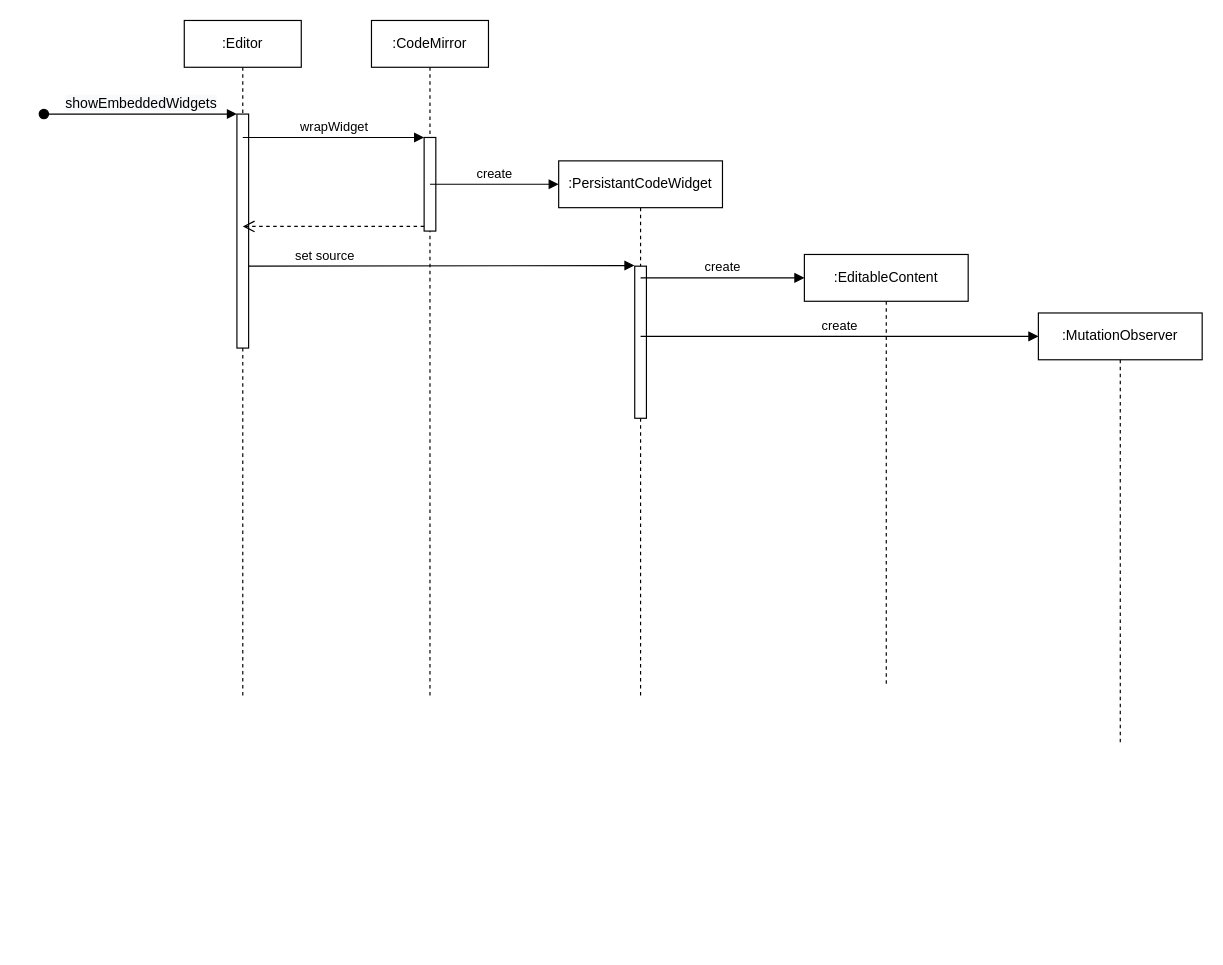
Above: doc/figures/persistent-code-widget.drawio in LivelyKernel/lively4-core (draw.io), before the change. Source tidied: cells renumbered, new cells numbered last; positions are measured from the earlier drawing's top-left corner, leaving out a move shared by most shapes. Both pictures are drawn from the tidied source at 117%, with x=0, y=0 at pixel (43, 20).
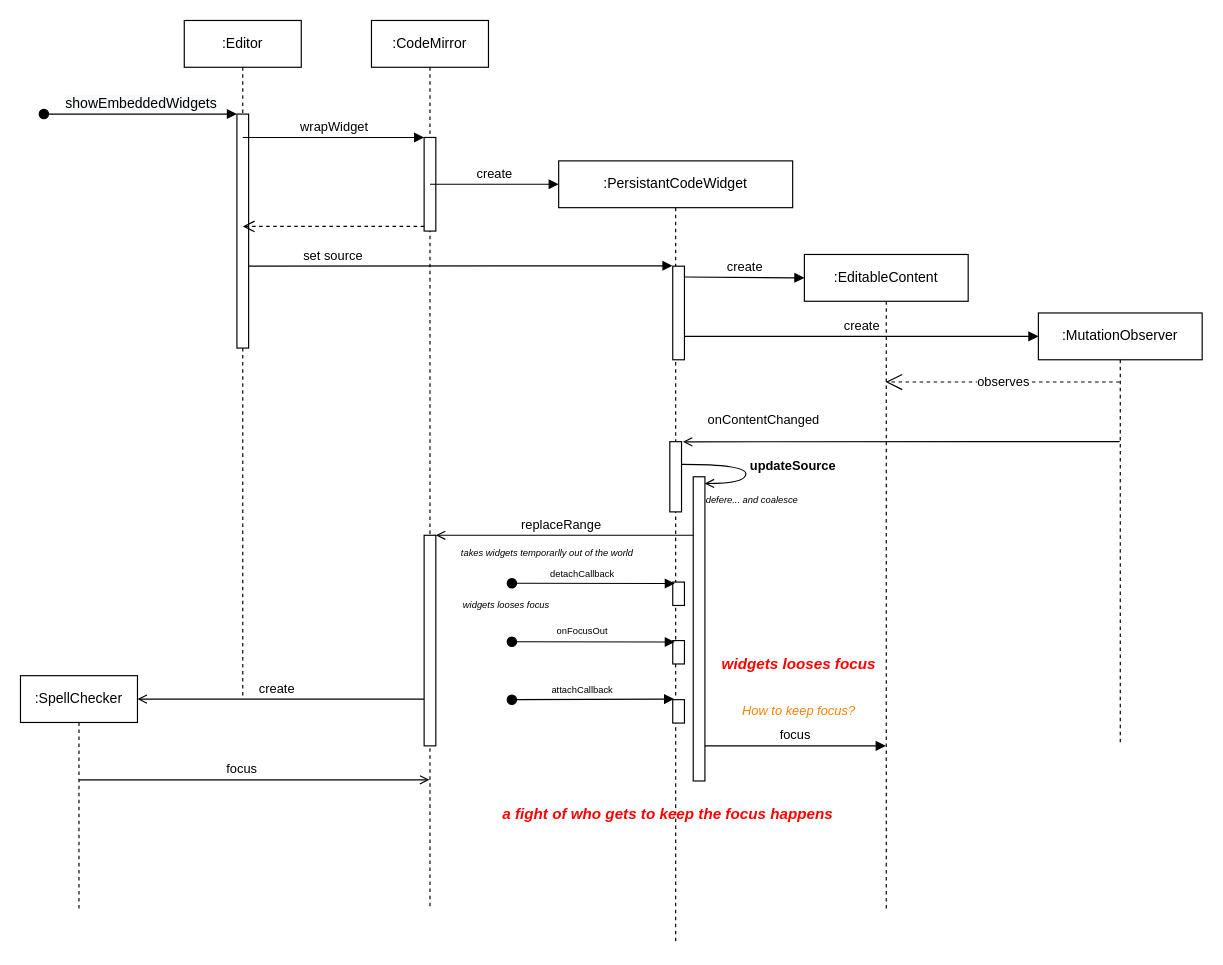
The same page after the edit.

The change refers to these unchanged cells:
```xml
<mxCell id="15" value=":MutationObserver" style="shape=umlLifeline;perimeter=lifelinePerimeter;whiteSpace=wrap;html=1;outlineConnect=0;" parent="1" vertex="1">
  <mxGeometry x="850" y="250" width="140" height="370" as="geometry" />
</mxCell>
```

Diff of the diagram source:
```diff
@@
     <mxCell id="2" value=":CodeMirror" style="shape=umlLifeline;perimeter=lifelinePerimeter;whiteSpace=wrap;html=1;" parent="1" vertex="1">
-      <mxGeometry x="280" width="100" height="580" as="geometry" />
+      <mxGeometry x="280" width="100" height="760" as="geometry" />
     </mxCell>
@@
+    <mxCell id="17" value="replaceRange" style="html=1;verticalAlign=bottom;endArrow=open;rounded=0;endFill=0;" parent="2" edge="1" source="19">
+      <mxGeometry x="0.03" relative="1" as="geometry">
+        <mxPoint x="55" y="440" as="targetPoint" />
+        <Array as="points">
+          <mxPoint x="128.9" y="440" />
+        </Array>
+      </mxGeometry>
+    </mxCell>
-    <mxCell id="5" value=":PersistantCodeWidget&lt;br&gt;" style="shape=umlLifeline;perimeter=lifelinePerimeter;whiteSpace=wrap;html=1;" parent="1" vertex="1">
-      <mxGeometry x="440" y="120" width="140" height="460" as="geometry" />
+    <mxCell id="5" value=":PersistantCodeWidget&lt;br&gt;" style="shape=umlLifeline;perimeter=lifelinePerimeter;whiteSpace=wrap;html=1;size=40;" parent="1" vertex="1">
+      <mxGeometry x="440" y="120" width="200" height="670" as="geometry" />
     </mxCell>
     <mxCell id="6" style="html=1;points=[];perimeter=orthogonalPerimeter;" parent="5" vertex="1">
-      <mxGeometry x="65" y="90" width="10" height="130" as="geometry" />
+      <mxGeometry x="97.5" y="90" width="10" height="80" as="geometry" />
     </mxCell>
+    <mxCell id="18" style="html=1;points=[];perimeter=orthogonalPerimeter;" parent="5" vertex="1">
+      <mxGeometry x="95" y="240" width="10" height="60" as="geometry" />
+    </mxCell>
+    <mxCell id="19" style="html=1;points=[];perimeter=orthogonalPerimeter;" parent="5" vertex="1">
+      <mxGeometry x="115" y="270" width="10" height="260" as="geometry" />
+    </mxCell>
+    <mxCell id="20" style="html=1;points=[];perimeter=orthogonalPerimeter;" parent="5" vertex="1">
+      <mxGeometry x="97.5" y="360" width="10" height="20" as="geometry" />
+    </mxCell>
+    <mxCell id="21" value="detachCallback" style="html=1;verticalAlign=bottom;startArrow=oval;startFill=1;endArrow=block;startSize=8;rounded=0;fontSize=8;curved=1;entryX=0.175;entryY=0.063;entryDx=0;entryDy=0;entryPerimeter=0;" parent="5" edge="1" target="20">
+      <mxGeometry x="-0.14" relative="1" as="geometry">
+        <mxPoint x="-40" y="361" as="sourcePoint" />
+      </mxGeometry>
+    </mxCell>
+    <mxCell id="22" style="html=1;points=[];perimeter=orthogonalPerimeter;" parent="5" vertex="1">
+      <mxGeometry x="97.5" y="460.5" width="10" height="20" as="geometry" />
+    </mxCell>
+    <mxCell id="23" value="attachCallback" style="html=1;verticalAlign=bottom;startArrow=oval;startFill=1;endArrow=block;startSize=8;rounded=0;fontSize=8;curved=1;entryX=0.113;entryY=-0.025;entryDx=0;entryDy=0;entryPerimeter=0;" parent="5" edge="1" target="22">
+      <mxGeometry x="-0.13" relative="1" as="geometry">
+        <mxPoint x="-40" y="460.5" as="sourcePoint" />
+      </mxGeometry>
+    </mxCell>
+    <mxCell id="24" style="html=1;points=[];perimeter=orthogonalPerimeter;" parent="5" vertex="1">
+      <mxGeometry x="97.5" y="410" width="10" height="20" as="geometry" />
+    </mxCell>
+    <mxCell id="25" value="onFocusOut" style="html=1;verticalAlign=bottom;startArrow=oval;startFill=1;endArrow=block;startSize=8;rounded=0;fontSize=8;curved=1;entryX=0.175;entryY=0.063;entryDx=0;entryDy=0;entryPerimeter=0;" parent="5" edge="1" target="24">
+      <mxGeometry x="-0.14" y="1" relative="1" as="geometry">
+        <mxPoint x="-40" y="411" as="sourcePoint" />
+      </mxGeometry>
+    </mxCell>
+    <mxCell id="26" value="updateSource" style="html=1;verticalAlign=bottom;endArrow=open;rounded=0;edgeStyle=orthogonalEdgeStyle;curved=1;endFill=0;fontStyle=1;entryX=0.976;entryY=0.022;entryDx=0;entryDy=0;entryPerimeter=0;exitX=1.024;exitY=0.324;exitDx=0;exitDy=0;exitPerimeter=0;" parent="5" edge="1" source="18" target="19">
+      <mxGeometry x="0.23" y="40" relative="1" as="geometry">
+        <Array as="points">
+          <mxPoint x="160" y="259" />
+          <mxPoint x="160" y="276" />
+        </Array>
+      </mxGeometry>
+    </mxCell>
+    <mxCell id="27" value="defere... and coalesce" style="text;html=1;align=center;verticalAlign=middle;strokeColor=none;fillColor=none;fontStyle=2;fontSize=8;" parent="5" vertex="1">
+      <mxGeometry x="120" y="280" width="90" height="20" as="geometry" />
+    </mxCell>
     <mxCell id="7" value=":EditableContent" style="shape=umlLifeline;perimeter=lifelinePerimeter;whiteSpace=wrap;html=1;outlineConnect=0;" parent="1" vertex="1">
-      <mxGeometry x="650" y="200" width="140" height="370" as="geometry" />
+      <mxGeometry x="650" y="200" width="140" height="560" as="geometry" />
     </mxCell>
+    <mxCell id="28" value="focus" style="html=1;verticalAlign=bottom;endArrow=block;rounded=0;" parent="7" edge="1" target="7">
+      <mxGeometry relative="1" as="geometry">
+        <mxPoint x="-85" y="420" as="sourcePoint" />
+      </mxGeometry>
+    </mxCell>
+    <mxCell id="29" value="widgets looses focus" style="text;html=1;align=center;verticalAlign=middle;strokeColor=none;fillColor=none;fontStyle=3;fontSize=13;fontColor=#FF0000;" parent="7" vertex="1">
+      <mxGeometry x="-80" y="340" width="150" height="20" as="geometry" />
+    </mxCell>
+    <mxCell id="30" value="How to keep focus?" style="text;html=1;align=center;verticalAlign=middle;strokeColor=none;fillColor=none;fontStyle=2;fontSize=11;fontColor=#FF8000;" parent="7" vertex="1">
+      <mxGeometry x="-60" y="380" width="110" height="20" as="geometry" />
+    </mxCell>
@@
-    <mxCell id="14" value="create" style="html=1;verticalAlign=bottom;endArrow=block;rounded=0;" parent="1" edge="1">
+    <mxCell id="14" value="create" style="html=1;verticalAlign=bottom;endArrow=block;rounded=0;exitX=0.95;exitY=0.116;exitDx=0;exitDy=0;exitPerimeter=0;" parent="1" edge="1" source="6">
       <mxGeometry relative="1" as="geometry">
-        <mxPoint x="510" y="220" as="sourcePoint" />
         <mxPoint x="650" y="220" as="targetPoint" />
       </mxGeometry>
     </mxCell>
@@
-    <mxCell id="16" value="create" style="html=1;verticalAlign=bottom;endArrow=block;rounded=0;" parent="1" edge="1">
+    <mxCell id="16" value="create" style="html=1;verticalAlign=bottom;endArrow=block;rounded=0;" parent="1" edge="1" source="6">
       <mxGeometry relative="1" as="geometry">
-        <mxPoint x="510" y="270" as="sourcePoint" />
         <mxPoint x="850" y="270" as="targetPoint" />
       </mxGeometry>
     </mxCell>
+    <mxCell id="31" value="observes" style="endArrow=open;endSize=12;dashed=1;html=1;rounded=0;" parent="1" edge="1">
+      <mxGeometry relative="1" as="geometry">
+        <mxPoint x="919.5" y="309" as="sourcePoint" />
+        <mxPoint x="719.5" y="309" as="targetPoint" />
+        <Array as="points">
+          <mxPoint x="830" y="309" />
+        </Array>
+      </mxGeometry>
+    </mxCell>
+    <mxCell id="32" value="onContentChanged" style="html=1;verticalAlign=bottom;endArrow=open;rounded=0;endFill=0;entryX=1.113;entryY=0.002;entryDx=0;entryDy=0;entryPerimeter=0;" parent="1" edge="1" source="15" target="18">
+      <mxGeometry x="0.63" y="-10" relative="1" as="geometry">
+        <Array as="points">
+          <mxPoint x="820" y="360" />
+        </Array>
+      </mxGeometry>
+    </mxCell>
+    <mxCell id="33" style="text;html=1;align=center;verticalAlign=middle;strokeColor=none;fillColor=none;" parent="1" vertex="1">
+      <mxGeometry x="565" y="370" width="20" height="20" as="geometry" />
+    </mxCell>
+    <mxCell id="34" style="html=1;points=[];perimeter=orthogonalPerimeter;" parent="1" vertex="1">
+      <mxGeometry x="325" y="440" width="10" height="180" as="geometry" />
+    </mxCell>
+    <mxCell id="35" value="takes widgets temporarlly out of the world" style="text;html=1;align=center;verticalAlign=middle;strokeColor=none;fillColor=none;fontStyle=2;fontSize=8;" parent="1" vertex="1">
+      <mxGeometry x="350" y="445" width="160" height="20" as="geometry" />
+    </mxCell>
+    <mxCell id="36" value="widgets looses focus" style="text;html=1;align=center;verticalAlign=middle;strokeColor=none;fillColor=none;fontStyle=2;fontSize=8;" parent="1" vertex="1">
+      <mxGeometry x="350" y="490" width="90" height="20" as="geometry" />
+    </mxCell>
+    <mxCell id="37" value=":SpellChecker" style="shape=umlLifeline;perimeter=lifelinePerimeter;whiteSpace=wrap;html=1;" parent="1" vertex="1">
+      <mxGeometry x="-20" y="560" width="100" height="200" as="geometry" />
+    </mxCell>
+    <mxCell id="38" value="create" style="html=1;verticalAlign=bottom;endArrow=open;rounded=0;endFill=0;" parent="1" edge="1" source="34">
+      <mxGeometry x="0.03" relative="1" as="geometry">
+        <mxPoint x="80" y="580" as="targetPoint" />
+        <Array as="points">
+          <mxPoint x="153.9" y="580" />
+        </Array>
+      </mxGeometry>
+    </mxCell>
+    <mxCell id="39" value="focus" style="html=1;verticalAlign=bottom;endArrow=open;rounded=0;endFill=0;" parent="1" edge="1">
+      <mxGeometry x="0.37" relative="1" as="geometry">
+        <mxPoint x="240" y="649" as="sourcePoint" />
+        <mxPoint x="329.5" y="649" as="targetPoint" />
+        <Array as="points">
+          <mxPoint x="30" y="649" />
+        </Array>
+      </mxGeometry>
+    </mxCell>
+    <mxCell id="40" value="a fight of who gets to keep the focus happens" style="text;html=1;align=center;verticalAlign=middle;strokeColor=none;fillColor=none;fontStyle=3;fontSize=13;fontColor=#FF0000;" parent="1" vertex="1">
+      <mxGeometry x="383" y="668" width="300" height="20" as="geometry" />
+    </mxCell>
```
